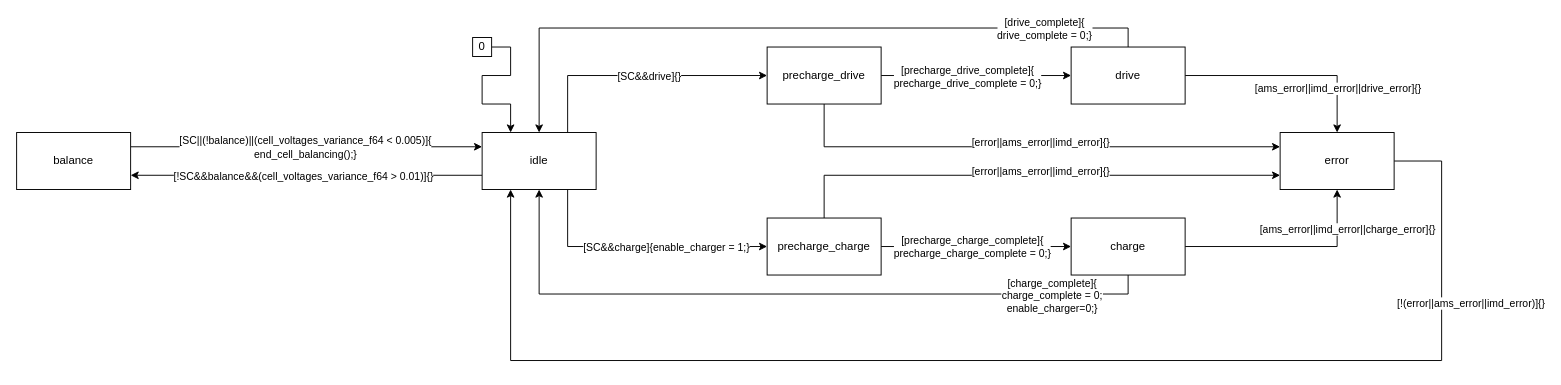
This is page "ams" (1 of 7) of xver/xsm/XML/graph.drawio from osceri/AMS-CC, a draw.io file, before an edit. Source tidied: cells renumbered, new cells numbered last; positions are measured from the earlier drawing's top-left corner, leaving out a move shared by most shapes. Both pictures are drawn from the tidied source at 95%, with x=0, y=0 at pixel (16, 37).
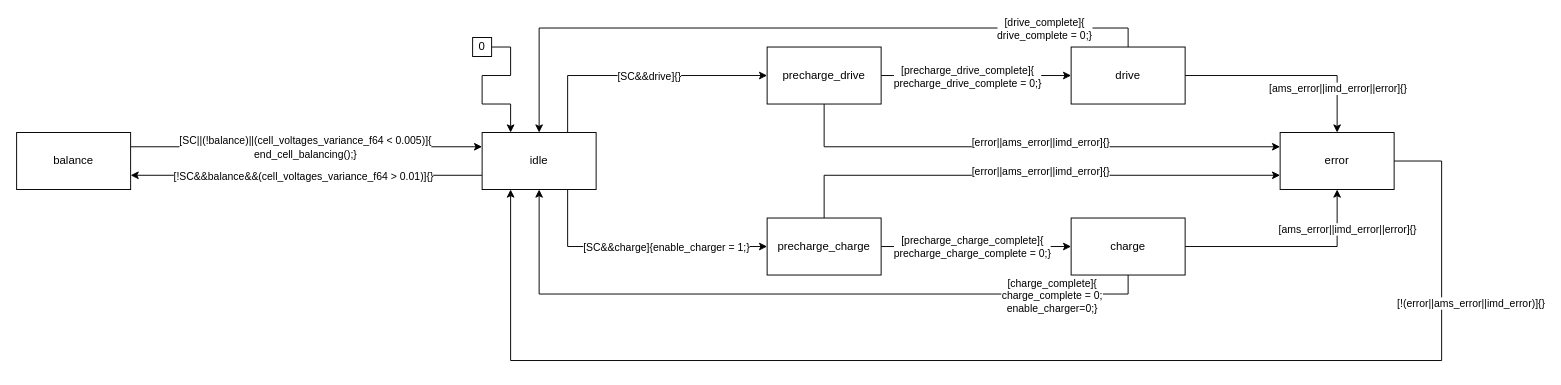
The same page after the edit.

Unchanged cells that the change refers to:
```xml
<mxCell id="12" style="edgeStyle=orthogonalEdgeStyle;rounded=0;jettySize=auto;html=1;exitX=1;exitY=0.5;exitDx=0;exitDy=0;entryX=0.5;entryY=1;entryDx=0;entryDy=0;" parent="1" edge="1" source="16" target="24">
  <mxGeometry relative="1" as="geometry" />
</mxCell>
<mxCell id="17" style="edgeStyle=orthogonalEdgeStyle;rounded=0;jettySize=auto;html=1;exitX=1;exitY=0.5;exitDx=0;exitDy=0;entryX=0.5;entryY=0;entryDx=0;entryDy=0;" parent="1" edge="1" source="21" target="24">
  <mxGeometry relative="1" as="geometry" />
</mxCell>
```

What changed in the source:
```diff
@@
-    <mxCell id="13" value="[ams_error||imd_error||charge_error]{}" style="edgeLabel;html=1;align=center;verticalAlign=middle;" parent="12" vertex="1">
+    <mxCell id="13" value="[ams_error||imd_error||error]{}" style="edgeLabel;html=1;align=center;verticalAlign=middle;" parent="12" vertex="1">
       <mxGeometry x="0.63" relative="1" as="geometry">
         <mxPoint x="10" as="offset" />
       </mxGeometry>
     </mxCell>
@@
-    <mxCell id="18" value="[ams_error||imd_error||drive_error]{}" style="edgeLabel;html=1;align=center;verticalAlign=middle;" parent="17" vertex="1">
+    <mxCell id="18" value="[ams_error||imd_error||error]{}" style="edgeLabel;html=1;align=center;verticalAlign=middle;" parent="17" vertex="1">
       <mxGeometry x="0.57" relative="1" as="geometry" />
     </mxCell>
```
